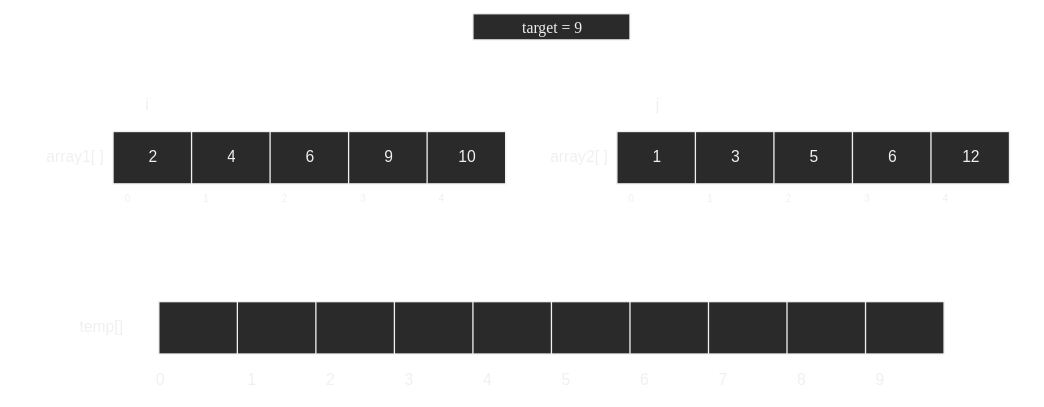
MontoyaTM/Obsidian-SoftwareEngineering keeps this draw.io diagram as 200 Data Structures & Algorithms/203 Array/Diagrams/Merge Sorted Arrays.svg. Above is the earlier version. Source tidied: cells renumbered, new cells last; positions are measured from the earlier drawing's top-left corner, leaving out a move shared by most shapes.
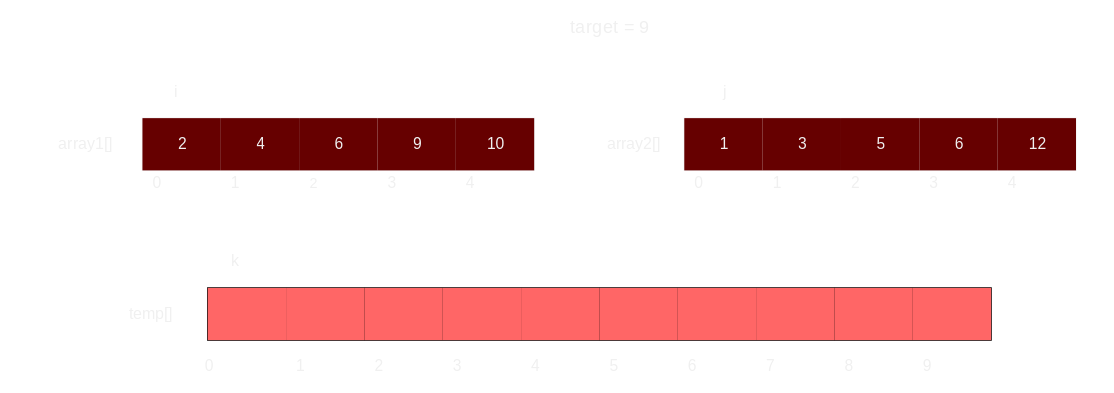
Later version of the same file.

What changed in the source:
```diff
@@ -3,124 +3,124 @@
     <mxCell id="0" />
     <mxCell id="1" parent="0" />
     <mxCell id="2" style="shape=table;startSize=0;" parent="1" vertex="1">
-      <mxGeometry x="60" y="90" width="300" height="40" as="geometry" />
+      <mxGeometry x="45" y="90" width="300" height="40" as="geometry" />
     </mxCell>
     <mxCell id="3" style="shape=partialRectangle;fillColor=none;top=0;left=0;bottom=0;right=0;" parent="2" vertex="1">
       <mxGeometry width="300" height="40" as="geometry" />
     </mxCell>
-    <mxCell id="4" value="2" style="shape=partialRectangle;html=1;whiteSpace=wrap;overflow=hidden;fillColor=none;top=0;left=0;bottom=0;right=0;" parent="3" vertex="1">
+    <mxCell id="4" value="2" style="shape=partialRectangle;html=1;whiteSpace=wrap;overflow=hidden;fillColor=#660000;top=0;left=0;bottom=0;right=0;" parent="3" vertex="1">
       <mxGeometry width="60" height="40" as="geometry" />
     </mxCell>
-    <mxCell id="5" value="4" style="shape=partialRectangle;html=1;whiteSpace=wrap;overflow=hidden;fillColor=none;top=0;left=0;bottom=0;right=0;" parent="3" vertex="1">
+    <mxCell id="5" value="4" style="shape=partialRectangle;html=1;whiteSpace=wrap;overflow=hidden;fillColor=#660000;top=0;left=0;bottom=0;right=0;" parent="3" vertex="1">
       <mxGeometry x="60" width="60" height="40" as="geometry" />
     </mxCell>
-    <mxCell id="6" value="6" style="shape=partialRectangle;html=1;whiteSpace=wrap;overflow=hidden;fillColor=none;top=0;left=0;bottom=0;right=0;" parent="3" vertex="1">
+    <mxCell id="6" value="6" style="shape=partialRectangle;html=1;whiteSpace=wrap;overflow=hidden;fillColor=#660000;top=0;left=0;bottom=0;right=0;" parent="3" vertex="1">
       <mxGeometry x="120" width="60" height="40" as="geometry" />
     </mxCell>
-    <mxCell id="7" value="9" style="shape=partialRectangle;html=1;whiteSpace=wrap;overflow=hidden;fillColor=none;top=0;left=0;bottom=0;right=0;" parent="3" vertex="1">
+    <mxCell id="7" value="9" style="shape=partialRectangle;html=1;whiteSpace=wrap;overflow=hidden;fillColor=#660000;top=0;left=0;bottom=0;right=0;" parent="3" vertex="1">
       <mxGeometry x="180" width="60" height="40" as="geometry" />
     </mxCell>
-    <mxCell id="8" value="10" style="shape=partialRectangle;html=1;whiteSpace=wrap;overflow=hidden;fillColor=none;top=0;left=0;bottom=0;right=0;" parent="3" vertex="1">
+    <mxCell id="8" value="10" style="shape=partialRectangle;html=1;whiteSpace=wrap;overflow=hidden;fillColor=#660000;top=0;left=0;bottom=0;right=0;" parent="3" vertex="1">
       <mxGeometry x="240" width="60" height="40" as="geometry" />
     </mxCell>
-    <mxCell id="9" value="array1[ ]" style="text;html=1;align=center;verticalAlign=middle;strokeColor=none;" parent="1" vertex="1">
-      <mxGeometry y="100" width="60" height="20" as="geometry" />
+    <mxCell id="9" value="&lt;font face=&quot;JetBrains Mono&quot;&gt;array1[]&lt;/font&gt;" style="text;html=1;align=center;verticalAlign=middle;strokeColor=none;" parent="1" vertex="1">
+      <mxGeometry x="-35" y="100" width="70" height="20" as="geometry" />
     </mxCell>
-    <mxCell id="10" value="&lt;font style=&quot;font-size: 8px&quot;&gt;0&lt;/font&gt;" style="text;html=1;align=center;verticalAlign=middle;strokeColor=none;" parent="1" vertex="1">
-      <mxGeometry x="60" y="130" width="20" height="20" as="geometry" />
+    <mxCell id="10" value="&lt;font style=&quot;font-size: 12px&quot;&gt;0&lt;/font&gt;" style="text;html=1;align=center;verticalAlign=middle;strokeColor=none;" parent="1" vertex="1">
+      <mxGeometry x="45" y="130" width="20" height="20" as="geometry" />
     </mxCell>
-    <mxCell id="11" value="&lt;font style=&quot;font-size: 8px&quot;&gt;1&lt;/font&gt;" style="text;html=1;align=center;verticalAlign=middle;strokeColor=none;" parent="1" vertex="1">
-      <mxGeometry x="120" y="130" width="20" height="20" as="geometry" />
+    <mxCell id="11" value="&lt;font style=&quot;font-size: 12px&quot;&gt;1&lt;/font&gt;" style="text;html=1;align=center;verticalAlign=middle;strokeColor=none;" parent="1" vertex="1">
+      <mxGeometry x="105" y="130" width="20" height="20" as="geometry" />
     </mxCell>
-    <mxCell id="12" value="&lt;font style=&quot;font-size: 8px&quot;&gt;2&lt;/font&gt;" style="text;html=1;align=center;verticalAlign=middle;strokeColor=none;" parent="1" vertex="1">
-      <mxGeometry x="180" y="130" width="20" height="20" as="geometry" />
+    <mxCell id="12" value="&lt;font style=&quot;font-size: 11px&quot;&gt;2&lt;/font&gt;" style="text;html=1;align=center;verticalAlign=middle;strokeColor=none;" parent="1" vertex="1">
+      <mxGeometry x="165" y="130" width="20" height="20" as="geometry" />
     </mxCell>
-    <mxCell id="13" value="&lt;font style=&quot;font-size: 8px&quot;&gt;3&lt;/font&gt;" style="text;html=1;align=center;verticalAlign=middle;strokeColor=none;" parent="1" vertex="1">
-      <mxGeometry x="240" y="130" width="20" height="20" as="geometry" />
+    <mxCell id="13" value="&lt;font style=&quot;font-size: 12px&quot;&gt;3&lt;/font&gt;" style="text;html=1;align=center;verticalAlign=middle;strokeColor=none;" parent="1" vertex="1">
+      <mxGeometry x="225" y="130" width="20" height="20" as="geometry" />
     </mxCell>
-    <mxCell id="14" value="&lt;font style=&quot;font-size: 8px&quot;&gt;4&lt;/font&gt;" style="text;html=1;align=center;verticalAlign=middle;strokeColor=none;" parent="1" vertex="1">
-      <mxGeometry x="300" y="130" width="20" height="20" as="geometry" />
+    <mxCell id="14" value="&lt;font style=&quot;font-size: 12px&quot;&gt;4&lt;/font&gt;" style="text;html=1;align=center;verticalAlign=middle;strokeColor=none;" parent="1" vertex="1">
+      <mxGeometry x="285" y="130" width="20" height="20" as="geometry" />
     </mxCell>
-    <mxCell id="15" value="&lt;font face=&quot;JetBrainsMono&quot;&gt;target = 9&lt;/font&gt;" style="whiteSpace=wrap;html=1;" parent="1" vertex="1">
-      <mxGeometry x="335" width="120" height="20" as="geometry" />
+    <mxCell id="15" value="&lt;font face=&quot;JetBrains Mono&quot; style=&quot;font-size: 14px&quot;&gt;target = 9&lt;/font&gt;" style="whiteSpace=wrap;html=1;strokeColor=#FFFFFF;fillColor=none;" parent="1" vertex="1">
+      <mxGeometry x="345" y="10" width="115" height="20" as="geometry" />
     </mxCell>
     <mxCell id="16" style="shape=table;startSize=0;" parent="1" vertex="1">
-      <mxGeometry x="445" y="90" width="300" height="40" as="geometry" />
+      <mxGeometry x="460" y="90" width="300" height="40" as="geometry" />
     </mxCell>
     <mxCell id="17" style="shape=partialRectangle;fillColor=none;top=0;left=0;bottom=0;right=0;" parent="16" vertex="1">
       <mxGeometry width="300" height="40" as="geometry" />
     </mxCell>
-    <mxCell id="18" value="1" style="shape=partialRectangle;html=1;whiteSpace=wrap;overflow=hidden;fillColor=none;top=0;left=0;bottom=0;right=0;" parent="17" vertex="1">
+    <mxCell id="18" value="1" style="shape=partialRectangle;html=1;whiteSpace=wrap;overflow=hidden;fillColor=#660000;top=0;left=0;bottom=0;right=0;" parent="17" vertex="1">
       <mxGeometry width="60" height="40" as="geometry" />
     </mxCell>
-    <mxCell id="19" value="3" style="shape=partialRectangle;html=1;whiteSpace=wrap;overflow=hidden;fillColor=none;top=0;left=0;bottom=0;right=0;" parent="17" vertex="1">
+    <mxCell id="19" value="3" style="shape=partialRectangle;html=1;whiteSpace=wrap;overflow=hidden;fillColor=#660000;top=0;left=0;bottom=0;right=0;" parent="17" vertex="1">
       <mxGeometry x="60" width="60" height="40" as="geometry" />
     </mxCell>
-    <mxCell id="20" value="5" style="shape=partialRectangle;html=1;whiteSpace=wrap;overflow=hidden;fillColor=none;top=0;left=0;bottom=0;right=0;" parent="17" vertex="1">
+    <mxCell id="20" value="5" style="shape=partialRectangle;html=1;whiteSpace=wrap;overflow=hidden;fillColor=#660000;top=0;left=0;bottom=0;right=0;" parent="17" vertex="1">
       <mxGeometry x="120" width="60" height="40" as="geometry" />
     </mxCell>
-    <mxCell id="21" value="6" style="shape=partialRectangle;html=1;whiteSpace=wrap;overflow=hidden;fillColor=none;top=0;left=0;bottom=0;right=0;" parent="17" vertex="1">
+    <mxCell id="21" value="6" style="shape=partialRectangle;html=1;whiteSpace=wrap;overflow=hidden;fillColor=#660000;top=0;left=0;bottom=0;right=0;" parent="17" vertex="1">
       <mxGeometry x="180" width="60" height="40" as="geometry" />
     </mxCell>
-    <mxCell id="22" value="12" style="shape=partialRectangle;html=1;whiteSpace=wrap;overflow=hidden;fillColor=none;top=0;left=0;bottom=0;right=0;" parent="17" vertex="1">
+    <mxCell id="22" value="12" style="shape=partialRectangle;html=1;whiteSpace=wrap;overflow=hidden;fillColor=#660000;top=0;left=0;bottom=0;right=0;" parent="17" vertex="1">
       <mxGeometry x="240" width="60" height="40" as="geometry" />
     </mxCell>
-    <mxCell id="23" value="array2[ ]" style="text;html=1;align=center;verticalAlign=middle;strokeColor=none;" parent="1" vertex="1">
-      <mxGeometry x="385" y="100" width="60" height="20" as="geometry" />
+    <mxCell id="23" value="&lt;font face=&quot;JetBrains Mono&quot;&gt;array2[]&lt;/font&gt;" style="text;html=1;align=center;verticalAlign=middle;strokeColor=none;" parent="1" vertex="1">
+      <mxGeometry x="385" y="100" width="70" height="20" as="geometry" />
     </mxCell>
-    <mxCell id="24" value="&lt;font style=&quot;font-size: 8px&quot;&gt;0&lt;/font&gt;" style="text;html=1;align=center;verticalAlign=middle;strokeColor=none;" parent="1" vertex="1">
-      <mxGeometry x="445" y="130" width="20" height="20" as="geometry" />
+    <mxCell id="24" value="&lt;font style=&quot;font-size: 12px&quot;&gt;0&lt;/font&gt;" style="text;html=1;align=center;verticalAlign=middle;strokeColor=none;" parent="1" vertex="1">
+      <mxGeometry x="460" y="130" width="20" height="20" as="geometry" />
     </mxCell>
-    <mxCell id="25" value="&lt;font style=&quot;font-size: 8px&quot;&gt;1&lt;/font&gt;" style="text;html=1;align=center;verticalAlign=middle;strokeColor=none;" parent="1" vertex="1">
-      <mxGeometry x="505" y="130" width="20" height="20" as="geometry" />
+    <mxCell id="25" value="&lt;font style=&quot;font-size: 12px&quot;&gt;1&lt;/font&gt;" style="text;html=1;align=center;verticalAlign=middle;strokeColor=none;" parent="1" vertex="1">
+      <mxGeometry x="520" y="130" width="20" height="20" as="geometry" />
     </mxCell>
-    <mxCell id="26" value="&lt;font style=&quot;font-size: 8px&quot;&gt;2&lt;/font&gt;" style="text;html=1;align=center;verticalAlign=middle;strokeColor=none;" parent="1" vertex="1">
-      <mxGeometry x="565" y="130" width="20" height="20" as="geometry" />
+    <mxCell id="26" value="&lt;font style=&quot;font-size: 12px&quot;&gt;2&lt;/font&gt;" style="text;html=1;align=center;verticalAlign=middle;strokeColor=none;" parent="1" vertex="1">
+      <mxGeometry x="580" y="130" width="20" height="20" as="geometry" />
     </mxCell>
-    <mxCell id="27" value="&lt;font style=&quot;font-size: 8px&quot;&gt;3&lt;/font&gt;" style="text;html=1;align=center;verticalAlign=middle;strokeColor=none;" parent="1" vertex="1">
-      <mxGeometry x="625" y="130" width="20" height="20" as="geometry" />
+    <mxCell id="27" value="&lt;font style=&quot;font-size: 12px&quot;&gt;3&lt;/font&gt;" style="text;html=1;align=center;verticalAlign=middle;strokeColor=none;" parent="1" vertex="1">
+      <mxGeometry x="640" y="130" width="20" height="20" as="geometry" />
     </mxCell>
-    <mxCell id="28" value="&lt;font style=&quot;font-size: 8px&quot;&gt;4&lt;/font&gt;" style="text;html=1;align=center;verticalAlign=middle;strokeColor=none;" parent="1" vertex="1">
-      <mxGeometry x="685" y="130" width="20" height="20" as="geometry" />
+    <mxCell id="28" value="&lt;font style=&quot;font-size: 12px&quot;&gt;4&lt;/font&gt;" style="text;html=1;align=center;verticalAlign=middle;strokeColor=none;" parent="1" vertex="1">
+      <mxGeometry x="700" y="130" width="20" height="20" as="geometry" />
     </mxCell>
-    <mxCell id="29" style="shape=table;startSize=0;" parent="1" vertex="1">
+    <mxCell id="29" style="shape=table;startSize=0;strokeColor=#000000;" parent="1" vertex="1">
       <mxGeometry x="95" y="220" width="600" height="40" as="geometry" />
     </mxCell>
     <mxCell id="30" style="shape=partialRectangle;fillColor=none;top=0;left=0;bottom=0;right=0;" parent="29" vertex="1">
       <mxGeometry width="600" height="40" as="geometry" />
     </mxCell>
-    <mxCell id="31" style="shape=partialRectangle;html=1;whiteSpace=wrap;overflow=hidden;fillColor=none;top=0;left=0;bottom=0;right=0;" parent="30" vertex="1">
+    <mxCell id="31" style="shape=partialRectangle;html=1;whiteSpace=wrap;overflow=hidden;fillColor=#FF6666;top=0;left=0;bottom=0;right=0;" parent="30" vertex="1">
       <mxGeometry width="60" height="40" as="geometry" />
     </mxCell>
-    <mxCell id="32" style="shape=partialRectangle;html=1;whiteSpace=wrap;overflow=hidden;fillColor=none;top=0;left=0;bottom=0;right=0;" parent="30" vertex="1">
+    <mxCell id="32" style="shape=partialRectangle;html=1;whiteSpace=wrap;overflow=hidden;fillColor=#FF6666;top=0;left=0;bottom=0;right=0;strokeColor=#FFFFFF;" parent="30" vertex="1">
       <mxGeometry x="60" width="60" height="40" as="geometry" />
     </mxCell>
-    <mxCell id="33" style="shape=partialRectangle;html=1;whiteSpace=wrap;overflow=hidden;fillColor=none;top=0;left=0;bottom=0;right=0;" parent="30" vertex="1">
+    <mxCell id="33" style="shape=partialRectangle;html=1;whiteSpace=wrap;overflow=hidden;fillColor=#FF6666;top=0;left=0;bottom=0;right=0;strokeColor=#000000;" parent="30" vertex="1">
       <mxGeometry x="120" width="60" height="40" as="geometry" />
     </mxCell>
-    <mxCell id="34" style="shape=partialRectangle;html=1;whiteSpace=wrap;overflow=hidden;fillColor=none;top=0;left=0;bottom=0;right=0;" parent="30" vertex="1">
+    <mxCell id="34" style="shape=partialRectangle;html=1;whiteSpace=wrap;overflow=hidden;fillColor=#FF6666;top=0;left=0;bottom=0;right=0;strokeColor=#000000;" parent="30" vertex="1">
       <mxGeometry x="180" width="60" height="40" as="geometry" />
     </mxCell>
-    <mxCell id="35" style="shape=partialRectangle;html=1;whiteSpace=wrap;overflow=hidden;fillColor=none;top=0;left=0;bottom=0;right=0;" parent="30" vertex="1">
+    <mxCell id="35" style="shape=partialRectangle;html=1;whiteSpace=wrap;overflow=hidden;fillColor=#FF6666;top=0;left=0;bottom=0;right=0;" parent="30" vertex="1">
       <mxGeometry x="240" width="60" height="40" as="geometry" />
     </mxCell>
-    <mxCell id="36" style="shape=partialRectangle;html=1;whiteSpace=wrap;overflow=hidden;fillColor=none;top=0;left=0;bottom=0;right=0;" parent="30" vertex="1">
+    <mxCell id="36" style="shape=partialRectangle;html=1;whiteSpace=wrap;overflow=hidden;fillColor=#FF6666;top=0;left=0;bottom=0;right=0;" parent="30" vertex="1">
       <mxGeometry x="300" width="60" height="40" as="geometry" />
     </mxCell>
-    <mxCell id="37" style="shape=partialRectangle;html=1;whiteSpace=wrap;overflow=hidden;fillColor=none;top=0;left=0;bottom=0;right=0;" parent="30" vertex="1">
+    <mxCell id="37" style="shape=partialRectangle;html=1;whiteSpace=wrap;overflow=hidden;fillColor=#FF6666;top=0;left=0;bottom=0;right=0;" parent="30" vertex="1">
       <mxGeometry x="360" width="60" height="40" as="geometry" />
     </mxCell>
-    <mxCell id="38" style="shape=partialRectangle;html=1;whiteSpace=wrap;overflow=hidden;fillColor=none;top=0;left=0;bottom=0;right=0;" parent="30" vertex="1">
+    <mxCell id="38" style="shape=partialRectangle;html=1;whiteSpace=wrap;overflow=hidden;fillColor=#FF6666;top=0;left=0;bottom=0;right=0;" parent="30" vertex="1">
       <mxGeometry x="420" width="60" height="40" as="geometry" />
     </mxCell>
-    <mxCell id="39" style="shape=partialRectangle;html=1;whiteSpace=wrap;overflow=hidden;fillColor=none;top=0;left=0;bottom=0;right=0;" parent="30" vertex="1">
+    <mxCell id="39" style="shape=partialRectangle;html=1;whiteSpace=wrap;overflow=hidden;fillColor=#FF6666;top=0;left=0;bottom=0;right=0;" parent="30" vertex="1">
       <mxGeometry x="480" width="60" height="40" as="geometry" />
     </mxCell>
-    <mxCell id="40" style="shape=partialRectangle;html=1;whiteSpace=wrap;overflow=hidden;fillColor=none;top=0;left=0;bottom=0;right=0;" parent="30" vertex="1">
+    <mxCell id="40" style="shape=partialRectangle;html=1;whiteSpace=wrap;overflow=hidden;fillColor=#FF6666;top=0;left=0;bottom=0;right=0;" parent="30" vertex="1">
       <mxGeometry x="540" width="60" height="40" as="geometry" />
     </mxCell>
-    <mxCell id="41" value="temp[]" style="text;html=1;align=center;verticalAlign=middle;strokeColor=none;" parent="1" vertex="1">
-      <mxGeometry x="25" y="230" width="50" height="20" as="geometry" />
+    <mxCell id="41" value="&lt;font face=&quot;JetBrains Mono&quot;&gt;temp[]&lt;/font&gt;" style="text;html=1;align=center;verticalAlign=middle;strokeColor=none;" parent="1" vertex="1">
+      <mxGeometry x="20" y="230" width="60" height="20" as="geometry" />
     </mxCell>
     <mxCell id="42" value="0" style="text;html=1;align=center;verticalAlign=middle;strokeColor=none;" parent="1" vertex="1">
       <mxGeometry x="85" y="270" width="20" height="20" as="geometry" />
@@ -152,11 +152,14 @@
     <mxCell id="51" value="9" style="text;html=1;align=center;verticalAlign=middle;strokeColor=none;" parent="1" vertex="1">
       <mxGeometry x="635" y="270" width="20" height="20" as="geometry" />
     </mxCell>
-    <mxCell id="52" value="i" style="text;html=1;align=center;verticalAlign=middle;strokeColor=none;" parent="1" vertex="1">
-      <mxGeometry x="75" y="60" width="20" height="20" as="geometry" />
+    <mxCell id="52" value="&lt;font face=&quot;JetBrains Mono&quot;&gt;i&lt;/font&gt;" style="text;html=1;align=center;verticalAlign=middle;strokeColor=none;" parent="1" vertex="1">
+      <mxGeometry x="60" y="60" width="20" height="20" as="geometry" />
     </mxCell>
-    <mxCell id="53" value="j" style="text;html=1;align=center;verticalAlign=middle;strokeColor=none;" parent="1" vertex="1">
-      <mxGeometry x="465" y="60" width="20" height="20" as="geometry" />
+    <mxCell id="53" value="&lt;font face=&quot;JetBrains Mono&quot;&gt;j&lt;/font&gt;" style="text;html=1;align=center;verticalAlign=middle;strokeColor=none;" parent="1" vertex="1">
+      <mxGeometry x="480" y="60" width="20" height="20" as="geometry" />
     </mxCell>
+    <mxCell id="54" value="&lt;font face=&quot;JetBrains Mono&quot;&gt;k&lt;/font&gt;" style="text;html=1;align=center;verticalAlign=middle;strokeColor=none;" parent="1" vertex="1">
+      <mxGeometry x="105" y="190" width="20" height="20" as="geometry" />
+    </mxCell>
   </root>
 </mxGraphModel>
```
